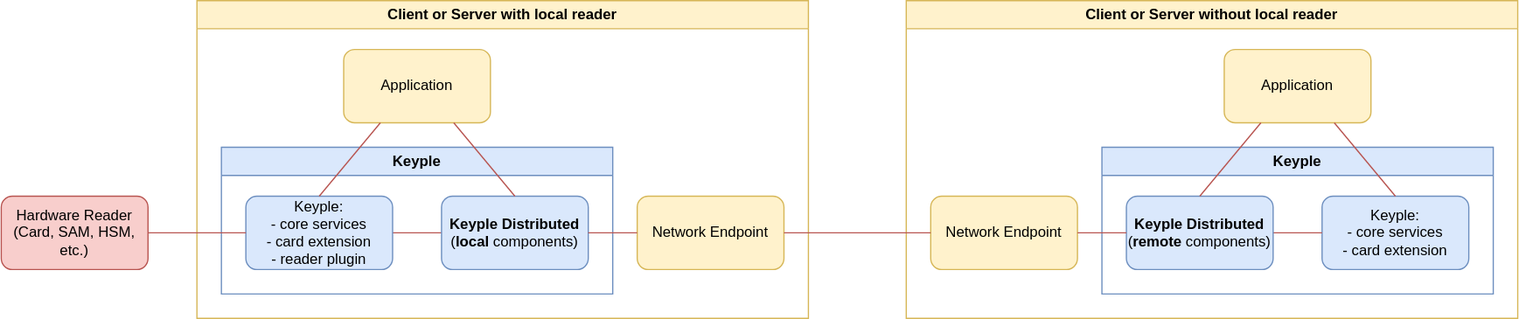
The draw.io diagram static/media/learn/user-guide/distributed-application/distributed_solution_1_layers_overview.drawio.svg in eclipse-keyple/keyple-website, before a commit. Source tidied: cells renumbered, new cells last; positions are measured from the earlier drawing's top-left corner, leaving out a move shared by most shapes. Its diagram source:
```xml
<mxGraphModel>
  <root>
    <mxCell id="0" />
    <mxCell id="1" parent="0" />
    <mxCell id="2" value="Client or Server with local reader" style="swimlane;whiteSpace=wrap;html=1;fillColor=#fff2cc;strokeColor=#d6b656;startSize=23;" parent="1" vertex="1">
      <mxGeometry x="160" width="500" height="260" as="geometry" />
    </mxCell>
    <mxCell id="3" value="Application" style="rounded=1;whiteSpace=wrap;html=1;fillColor=#fff2cc;strokeColor=#d6b656;" parent="2" vertex="1">
      <mxGeometry x="120" y="40" width="120" height="60" as="geometry" />
    </mxCell>
    <mxCell id="4" value="Keyple" style="swimlane;whiteSpace=wrap;html=1;swimlaneFillColor=none;fillColor=#dae8fc;strokeColor=#6c8ebf;" parent="2" vertex="1">
      <mxGeometry x="20" y="120" width="320" height="120" as="geometry" />
    </mxCell>
    <mxCell id="5" style="edgeStyle=none;rounded=0;jettySize=auto;html=1;exitX=1;exitY=0.5;exitDx=0;exitDy=0;entryX=0;entryY=0.5;entryDx=0;entryDy=0;strokeWidth=1;endArrow=none;endFill=0;fillColor=#f8cecc;strokeColor=#b85450;" parent="4" edge="1" source="6" target="7">
      <mxGeometry relative="1" as="geometry" />
    </mxCell>
    <mxCell id="6" value="Keyple:&lt;br&gt;- core services&lt;br&gt;- card extension&lt;br&gt;- reader plugin" style="rounded=1;whiteSpace=wrap;html=1;fillColor=#dae8fc;strokeColor=#6c8ebf;" parent="4" vertex="1">
      <mxGeometry x="20" y="40" width="120" height="60" as="geometry" />
    </mxCell>
    <mxCell id="7" value="&lt;b&gt;Keyple Distributed&lt;/b&gt;&lt;br&gt;(&lt;b&gt;local&lt;/b&gt; components)" style="rounded=1;whiteSpace=wrap;html=1;fillColor=#dae8fc;strokeColor=#6c8ebf;" parent="4" vertex="1">
      <mxGeometry x="180" y="40" width="120" height="60" as="geometry" />
    </mxCell>
    <mxCell id="8" value="Network Endpoint" style="rounded=1;whiteSpace=wrap;html=1;fillColor=#fff2cc;strokeColor=#d6b656;" parent="2" vertex="1">
      <mxGeometry x="360" y="160" width="120" height="60" as="geometry" />
    </mxCell>
    <mxCell id="9" style="rounded=0;jettySize=auto;html=1;exitX=0.5;exitY=0;exitDx=0;exitDy=0;entryX=0.25;entryY=1;entryDx=0;entryDy=0;strokeWidth=1;endArrow=none;endFill=0;fillColor=#f8cecc;strokeColor=#b85450;" parent="2" edge="1" source="6" target="3">
      <mxGeometry relative="1" as="geometry" />
    </mxCell>
    <mxCell id="10" style="edgeStyle=none;rounded=0;jettySize=auto;html=1;exitX=0.75;exitY=1;exitDx=0;exitDy=0;entryX=0.5;entryY=0;entryDx=0;entryDy=0;strokeWidth=1;endArrow=none;endFill=0;fillColor=#f8cecc;strokeColor=#b85450;" parent="2" edge="1" source="3" target="7">
      <mxGeometry relative="1" as="geometry" />
    </mxCell>
    <mxCell id="11" style="edgeStyle=none;rounded=0;jettySize=auto;html=1;exitX=1;exitY=0.5;exitDx=0;exitDy=0;entryX=0;entryY=0.5;entryDx=0;entryDy=0;strokeWidth=1;endArrow=none;endFill=0;fillColor=#f8cecc;strokeColor=#b85450;" parent="2" edge="1" source="7" target="8">
      <mxGeometry relative="1" as="geometry" />
    </mxCell>
    <mxCell id="12" value="Hardware Reader&lt;br&gt;(Card, SAM, HSM, etc.)" style="rounded=1;whiteSpace=wrap;html=1;fillColor=#f8cecc;strokeColor=#b85450;" parent="1" vertex="1">
      <mxGeometry y="160" width="120" height="60" as="geometry" />
    </mxCell>
    <mxCell id="13" value="Client or Server without local reader" style="swimlane;whiteSpace=wrap;html=1;startSize=23;fillColor=#fff2cc;strokeColor=#d6b656;" parent="1" vertex="1">
      <mxGeometry x="740" width="500" height="260" as="geometry" />
    </mxCell>
    <mxCell id="14" value="Application" style="rounded=1;whiteSpace=wrap;html=1;fillColor=#fff2cc;strokeColor=#d6b656;" parent="13" vertex="1">
      <mxGeometry x="260" y="40" width="120" height="60" as="geometry" />
    </mxCell>
    <mxCell id="15" value="Keyple" style="swimlane;whiteSpace=wrap;html=1;fillColor=#dae8fc;strokeColor=#6c8ebf;" parent="13" vertex="1">
      <mxGeometry x="160" y="120" width="320" height="120" as="geometry" />
    </mxCell>
    <mxCell id="16" value="Keyple:&lt;br&gt;- core services&lt;br&gt;- card extension" style="rounded=1;whiteSpace=wrap;html=1;fillColor=#dae8fc;strokeColor=#6c8ebf;" parent="15" vertex="1">
      <mxGeometry x="180" y="40" width="120" height="60" as="geometry" />
    </mxCell>
    <mxCell id="17" style="edgeStyle=none;rounded=0;jettySize=auto;html=1;exitX=1;exitY=0.5;exitDx=0;exitDy=0;entryX=0;entryY=0.5;entryDx=0;entryDy=0;strokeWidth=1;endArrow=none;endFill=0;fillColor=#f8cecc;strokeColor=#b85450;" parent="15" edge="1" source="18" target="16">
      <mxGeometry relative="1" as="geometry" />
    </mxCell>
    <mxCell id="18" value="&lt;b&gt;Keyple Distributed&lt;/b&gt;&lt;br&gt;(&lt;b&gt;remote&lt;/b&gt; components)" style="rounded=1;whiteSpace=wrap;html=1;fillColor=#dae8fc;strokeColor=#6c8ebf;" parent="15" vertex="1">
      <mxGeometry x="20" y="40" width="120" height="60" as="geometry" />
    </mxCell>
    <mxCell id="19" value="Network Endpoint" style="rounded=1;whiteSpace=wrap;html=1;fillColor=#fff2cc;strokeColor=#d6b656;" parent="13" vertex="1">
      <mxGeometry x="20" y="160" width="120" height="60" as="geometry" />
    </mxCell>
    <mxCell id="20" style="edgeStyle=none;rounded=0;jettySize=auto;html=1;exitX=0.5;exitY=0;exitDx=0;exitDy=0;entryX=0.25;entryY=1;entryDx=0;entryDy=0;strokeWidth=1;endArrow=none;endFill=0;fillColor=#f8cecc;strokeColor=#b85450;" parent="13" edge="1" source="18" target="14">
      <mxGeometry relative="1" as="geometry" />
    </mxCell>
    <mxCell id="21" style="edgeStyle=none;rounded=0;jettySize=auto;html=1;exitX=0.75;exitY=1;exitDx=0;exitDy=0;entryX=0.5;entryY=0;entryDx=0;entryDy=0;strokeWidth=1;endArrow=none;endFill=0;fillColor=#f8cecc;strokeColor=#b85450;" parent="13" edge="1" source="14" target="16">
      <mxGeometry relative="1" as="geometry" />
    </mxCell>
    <mxCell id="22" style="edgeStyle=none;rounded=0;jettySize=auto;html=1;exitX=1;exitY=0.5;exitDx=0;exitDy=0;entryX=0;entryY=0.5;entryDx=0;entryDy=0;strokeWidth=1;endArrow=none;endFill=0;fillColor=#f8cecc;strokeColor=#b85450;" parent="13" edge="1" source="19" target="18">
      <mxGeometry relative="1" as="geometry" />
    </mxCell>
    <mxCell id="23" style="edgeStyle=orthogonalEdgeStyle;rounded=0;jettySize=auto;html=1;exitX=0;exitY=0.5;exitDx=0;exitDy=0;entryX=1;entryY=0.5;entryDx=0;entryDy=0;endArrow=none;endFill=0;fillColor=#f8cecc;strokeColor=#b85450;strokeWidth=1;" parent="1" edge="1" source="6" target="12">
      <mxGeometry relative="1" as="geometry" />
    </mxCell>
    <mxCell id="24" style="edgeStyle=none;rounded=0;jettySize=auto;html=1;exitX=1;exitY=0.5;exitDx=0;exitDy=0;entryX=0;entryY=0.5;entryDx=0;entryDy=0;strokeWidth=1;endArrow=none;endFill=0;fillColor=#f8cecc;strokeColor=#b85450;" parent="1" edge="1" source="8" target="19">
      <mxGeometry relative="1" as="geometry" />
    </mxCell>
  </root>
</mxGraphModel>
```
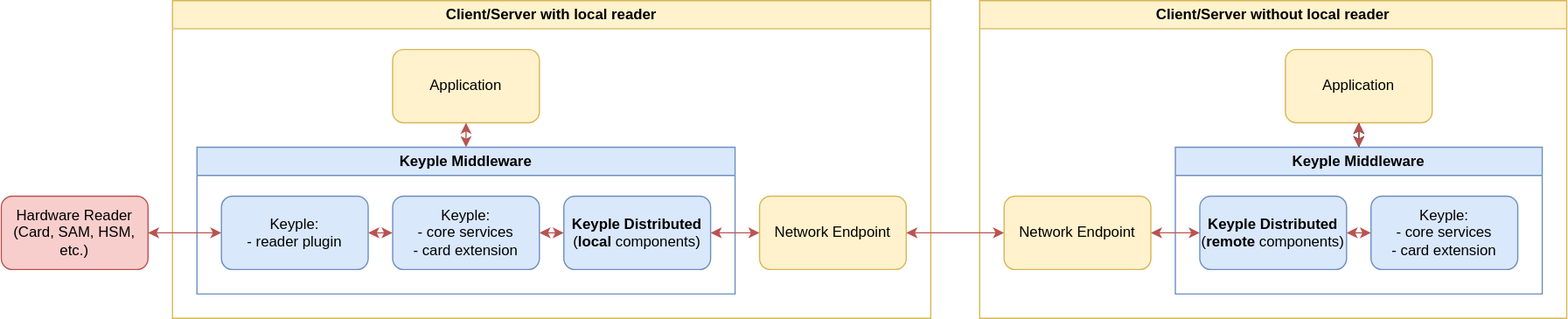
Above is the later version.

The edit, as a diff of the source:
```diff
@@ -2,52 +2,58 @@
   <root>
     <mxCell id="0" />
     <mxCell id="1" parent="0" />
-    <mxCell id="2" value="Client or Server with local reader" style="swimlane;whiteSpace=wrap;html=1;fillColor=#fff2cc;strokeColor=#d6b656;startSize=23;" parent="1" vertex="1">
-      <mxGeometry x="160" width="500" height="260" as="geometry" />
+    <mxCell id="2" value="Client/Server with local reader" style="swimlane;whiteSpace=wrap;html=1;fillColor=#fff2cc;strokeColor=#d6b656;startSize=23;" parent="1" vertex="1">
+      <mxGeometry x="80" width="620" height="260" as="geometry" />
     </mxCell>
     <mxCell id="3" value="Application" style="rounded=1;whiteSpace=wrap;html=1;fillColor=#fff2cc;strokeColor=#d6b656;" parent="2" vertex="1">
-      <mxGeometry x="120" y="40" width="120" height="60" as="geometry" />
+      <mxGeometry x="180" y="40" width="120" height="60" as="geometry" />
     </mxCell>
-    <mxCell id="4" value="Keyple" style="swimlane;whiteSpace=wrap;html=1;swimlaneFillColor=none;fillColor=#dae8fc;strokeColor=#6c8ebf;" parent="2" vertex="1">
-      <mxGeometry x="20" y="120" width="320" height="120" as="geometry" />
+    <mxCell id="4" value="Keyple Middleware" style="swimlane;whiteSpace=wrap;html=1;swimlaneFillColor=none;fillColor=#dae8fc;strokeColor=#6c8ebf;" parent="2" vertex="1">
+      <mxGeometry x="20" y="120" width="440" height="120" as="geometry" />
     </mxCell>
-    <mxCell id="5" style="edgeStyle=none;rounded=0;jettySize=auto;html=1;exitX=1;exitY=0.5;exitDx=0;exitDy=0;entryX=0;entryY=0.5;entryDx=0;entryDy=0;strokeWidth=1;endArrow=none;endFill=0;fillColor=#f8cecc;strokeColor=#b85450;" parent="4" edge="1" source="6" target="7">
+    <mxCell id="5" style="edgeStyle=none;rounded=0;jettySize=auto;html=1;exitX=1;exitY=0.5;exitDx=0;exitDy=0;entryX=0;entryY=0.5;entryDx=0;entryDy=0;strokeWidth=1;endArrow=classic;endFill=1;fillColor=#f8cecc;strokeColor=#b85450;startArrow=classic;startFill=1;" parent="4" edge="1" source="6" target="7">
       <mxGeometry relative="1" as="geometry" />
     </mxCell>
-    <mxCell id="6" value="Keyple:&lt;br&gt;- core services&lt;br&gt;- card extension&lt;br&gt;- reader plugin" style="rounded=1;whiteSpace=wrap;html=1;fillColor=#dae8fc;strokeColor=#6c8ebf;" parent="4" vertex="1">
-      <mxGeometry x="20" y="40" width="120" height="60" as="geometry" />
+    <mxCell id="6" value="Keyple:&lt;br&gt;- core services&lt;br&gt;- card extension" style="rounded=1;whiteSpace=wrap;html=1;fillColor=#dae8fc;strokeColor=#6c8ebf;" parent="4" vertex="1">
+      <mxGeometry x="160" y="40" width="120" height="60" as="geometry" />
     </mxCell>
     <mxCell id="7" value="&lt;b&gt;Keyple Distributed&lt;/b&gt;&lt;br&gt;(&lt;b&gt;local&lt;/b&gt; components)" style="rounded=1;whiteSpace=wrap;html=1;fillColor=#dae8fc;strokeColor=#6c8ebf;" parent="4" vertex="1">
-      <mxGeometry x="180" y="40" width="120" height="60" as="geometry" />
+      <mxGeometry x="300" y="40" width="120" height="60" as="geometry" />
     </mxCell>
+    <mxCell id="25" value="Keyple:&lt;br&gt;- reader plugin" style="rounded=1;whiteSpace=wrap;html=1;fillColor=#dae8fc;strokeColor=#6c8ebf;" parent="4" vertex="1">
+      <mxGeometry x="20" y="40" width="120" height="60" as="geometry" />
+    </mxCell>
+    <mxCell id="26" style="edgeStyle=orthogonalEdgeStyle;rounded=0;jettySize=auto;html=1;exitX=0;exitY=0.5;exitDx=0;exitDy=0;entryX=1;entryY=0.5;entryDx=0;entryDy=0;endArrow=classic;endFill=1;fillColor=#f8cecc;strokeColor=#b85450;strokeWidth=1;startArrow=classic;startFill=1;" parent="4" edge="1" source="6" target="25">
+      <mxGeometry relative="1" as="geometry" />
+    </mxCell>
     <mxCell id="8" value="Network Endpoint" style="rounded=1;whiteSpace=wrap;html=1;fillColor=#fff2cc;strokeColor=#d6b656;" parent="2" vertex="1">
-      <mxGeometry x="360" y="160" width="120" height="60" as="geometry" />
+      <mxGeometry x="480" y="160" width="120" height="60" as="geometry" />
     </mxCell>
-    <mxCell id="9" style="rounded=0;jettySize=auto;html=1;exitX=0.5;exitY=0;exitDx=0;exitDy=0;entryX=0.25;entryY=1;entryDx=0;entryDy=0;strokeWidth=1;endArrow=none;endFill=0;fillColor=#f8cecc;strokeColor=#b85450;" parent="2" edge="1" source="6" target="3">
+    <mxCell id="9" style="rounded=0;jettySize=auto;html=1;entryX=0.5;entryY=1;entryDx=0;entryDy=0;strokeWidth=1;endArrow=classic;endFill=1;fillColor=#f8cecc;strokeColor=#b85450;startArrow=classic;startFill=1;exitX=0.5;exitY=0;exitDx=0;exitDy=0;" parent="2" edge="1" source="4" target="3">
       <mxGeometry relative="1" as="geometry" />
     </mxCell>
-    <mxCell id="10" style="edgeStyle=none;rounded=0;jettySize=auto;html=1;exitX=0.75;exitY=1;exitDx=0;exitDy=0;entryX=0.5;entryY=0;entryDx=0;entryDy=0;strokeWidth=1;endArrow=none;endFill=0;fillColor=#f8cecc;strokeColor=#b85450;" parent="2" edge="1" source="3" target="7">
-      <mxGeometry relative="1" as="geometry" />
-    </mxCell>
-    <mxCell id="11" style="edgeStyle=none;rounded=0;jettySize=auto;html=1;exitX=1;exitY=0.5;exitDx=0;exitDy=0;entryX=0;entryY=0.5;entryDx=0;entryDy=0;strokeWidth=1;endArrow=none;endFill=0;fillColor=#f8cecc;strokeColor=#b85450;" parent="2" edge="1" source="7" target="8">
+    <mxCell id="11" style="edgeStyle=none;rounded=0;jettySize=auto;html=1;exitX=1;exitY=0.5;exitDx=0;exitDy=0;entryX=0;entryY=0.5;entryDx=0;entryDy=0;strokeWidth=1;endArrow=classic;endFill=1;fillColor=#f8cecc;strokeColor=#b85450;startArrow=classic;startFill=1;" parent="2" edge="1" source="7" target="8">
       <mxGeometry relative="1" as="geometry" />
     </mxCell>
     <mxCell id="12" value="Hardware Reader&lt;br&gt;(Card, SAM, HSM, etc.)" style="rounded=1;whiteSpace=wrap;html=1;fillColor=#f8cecc;strokeColor=#b85450;" parent="1" vertex="1">
-      <mxGeometry y="160" width="120" height="60" as="geometry" />
+      <mxGeometry x="-60" y="160" width="120" height="60" as="geometry" />
     </mxCell>
-    <mxCell id="13" value="Client or Server without local reader" style="swimlane;whiteSpace=wrap;html=1;startSize=23;fillColor=#fff2cc;strokeColor=#d6b656;" parent="1" vertex="1">
-      <mxGeometry x="740" width="500" height="260" as="geometry" />
+    <mxCell id="13" value="Client/Server without local reader" style="swimlane;whiteSpace=wrap;html=1;startSize=23;fillColor=#fff2cc;strokeColor=#d6b656;" parent="1" vertex="1">
+      <mxGeometry x="740" width="480" height="260" as="geometry" />
     </mxCell>
+    <mxCell id="27" style="edgeStyle=orthogonalEdgeStyle;rounded=0;jettySize=auto;html=1;startArrow=classic;startFill=1;endArrow=classic;endFill=1;entryX=0.5;entryY=0;entryDx=0;entryDy=0;" parent="13" edge="1" source="14" target="15">
+      <mxGeometry relative="1" as="geometry" />
+    </mxCell>
     <mxCell id="14" value="Application" style="rounded=1;whiteSpace=wrap;html=1;fillColor=#fff2cc;strokeColor=#d6b656;" parent="13" vertex="1">
-      <mxGeometry x="260" y="40" width="120" height="60" as="geometry" />
+      <mxGeometry x="250" y="40" width="120" height="60" as="geometry" />
     </mxCell>
-    <mxCell id="15" value="Keyple" style="swimlane;whiteSpace=wrap;html=1;fillColor=#dae8fc;strokeColor=#6c8ebf;" parent="13" vertex="1">
-      <mxGeometry x="160" y="120" width="320" height="120" as="geometry" />
+    <mxCell id="15" value="Keyple Middleware" style="swimlane;whiteSpace=wrap;html=1;fillColor=#dae8fc;strokeColor=#6c8ebf;" parent="13" vertex="1">
+      <mxGeometry x="160" y="120" width="300" height="120" as="geometry" />
     </mxCell>
     <mxCell id="16" value="Keyple:&lt;br&gt;- core services&lt;br&gt;- card extension" style="rounded=1;whiteSpace=wrap;html=1;fillColor=#dae8fc;strokeColor=#6c8ebf;" parent="15" vertex="1">
-      <mxGeometry x="180" y="40" width="120" height="60" as="geometry" />
+      <mxGeometry x="160" y="40" width="120" height="60" as="geometry" />
     </mxCell>
-    <mxCell id="17" style="edgeStyle=none;rounded=0;jettySize=auto;html=1;exitX=1;exitY=0.5;exitDx=0;exitDy=0;entryX=0;entryY=0.5;entryDx=0;entryDy=0;strokeWidth=1;endArrow=none;endFill=0;fillColor=#f8cecc;strokeColor=#b85450;" parent="15" edge="1" source="18" target="16">
+    <mxCell id="17" style="edgeStyle=none;rounded=0;jettySize=auto;html=1;exitX=1;exitY=0.5;exitDx=0;exitDy=0;entryX=0;entryY=0.5;entryDx=0;entryDy=0;strokeWidth=1;endArrow=classic;endFill=1;fillColor=#f8cecc;strokeColor=#b85450;startArrow=classic;startFill=1;" parent="15" edge="1" source="18" target="16">
       <mxGeometry relative="1" as="geometry" />
     </mxCell>
     <mxCell id="18" value="&lt;b&gt;Keyple Distributed&lt;/b&gt;&lt;br&gt;(&lt;b&gt;remote&lt;/b&gt; components)" style="rounded=1;whiteSpace=wrap;html=1;fillColor=#dae8fc;strokeColor=#6c8ebf;" parent="15" vertex="1">
@@ -56,19 +62,16 @@
     <mxCell id="19" value="Network Endpoint" style="rounded=1;whiteSpace=wrap;html=1;fillColor=#fff2cc;strokeColor=#d6b656;" parent="13" vertex="1">
       <mxGeometry x="20" y="160" width="120" height="60" as="geometry" />
     </mxCell>
-    <mxCell id="20" style="edgeStyle=none;rounded=0;jettySize=auto;html=1;exitX=0.5;exitY=0;exitDx=0;exitDy=0;entryX=0.25;entryY=1;entryDx=0;entryDy=0;strokeWidth=1;endArrow=none;endFill=0;fillColor=#f8cecc;strokeColor=#b85450;" parent="13" edge="1" source="18" target="14">
+    <mxCell id="20" style="edgeStyle=none;rounded=0;jettySize=auto;html=1;exitX=0.5;exitY=0;exitDx=0;exitDy=0;entryX=0.5;entryY=1;entryDx=0;entryDy=0;strokeWidth=1;endArrow=classic;endFill=1;fillColor=#f8cecc;strokeColor=#b85450;startArrow=classic;startFill=1;" parent="13" edge="1" source="15" target="14">
       <mxGeometry relative="1" as="geometry" />
     </mxCell>
-    <mxCell id="21" style="edgeStyle=none;rounded=0;jettySize=auto;html=1;exitX=0.75;exitY=1;exitDx=0;exitDy=0;entryX=0.5;entryY=0;entryDx=0;entryDy=0;strokeWidth=1;endArrow=none;endFill=0;fillColor=#f8cecc;strokeColor=#b85450;" parent="13" edge="1" source="14" target="16">
-      <mxGeometry relative="1" as="geometry" />
-    </mxCell>
-    <mxCell id="22" style="edgeStyle=none;rounded=0;jettySize=auto;html=1;exitX=1;exitY=0.5;exitDx=0;exitDy=0;entryX=0;entryY=0.5;entryDx=0;entryDy=0;strokeWidth=1;endArrow=none;endFill=0;fillColor=#f8cecc;strokeColor=#b85450;" parent="13" edge="1" source="19" target="18">
+    <mxCell id="22" style="edgeStyle=none;rounded=0;jettySize=auto;html=1;exitX=1;exitY=0.5;exitDx=0;exitDy=0;entryX=0;entryY=0.5;entryDx=0;entryDy=0;strokeWidth=1;endArrow=classic;endFill=1;fillColor=#f8cecc;strokeColor=#b85450;startArrow=classic;startFill=1;" parent="13" edge="1" source="19" target="18">
       <mxGeometry relative="1" as="geometry" />
     </mxCell>
-    <mxCell id="23" style="edgeStyle=orthogonalEdgeStyle;rounded=0;jettySize=auto;html=1;exitX=0;exitY=0.5;exitDx=0;exitDy=0;entryX=1;entryY=0.5;entryDx=0;entryDy=0;endArrow=none;endFill=0;fillColor=#f8cecc;strokeColor=#b85450;strokeWidth=1;" parent="1" edge="1" source="6" target="12">
+    <mxCell id="23" style="edgeStyle=orthogonalEdgeStyle;rounded=0;jettySize=auto;html=1;exitX=0;exitY=0.5;exitDx=0;exitDy=0;entryX=1;entryY=0.5;entryDx=0;entryDy=0;endArrow=classic;endFill=1;fillColor=#f8cecc;strokeColor=#b85450;strokeWidth=1;startArrow=classic;startFill=1;" parent="1" edge="1" source="25" target="12">
       <mxGeometry relative="1" as="geometry" />
     </mxCell>
-    <mxCell id="24" style="edgeStyle=none;rounded=0;jettySize=auto;html=1;exitX=1;exitY=0.5;exitDx=0;exitDy=0;entryX=0;entryY=0.5;entryDx=0;entryDy=0;strokeWidth=1;endArrow=none;endFill=0;fillColor=#f8cecc;strokeColor=#b85450;" parent="1" edge="1" source="8" target="19">
+    <mxCell id="24" style="edgeStyle=none;rounded=0;jettySize=auto;html=1;exitX=1;exitY=0.5;exitDx=0;exitDy=0;entryX=0;entryY=0.5;entryDx=0;entryDy=0;strokeWidth=1;endArrow=classic;endFill=1;fillColor=#f8cecc;strokeColor=#b85450;startArrow=classic;startFill=1;" parent="1" edge="1" source="8" target="19">
       <mxGeometry relative="1" as="geometry" />
     </mxCell>
   </root>
```
